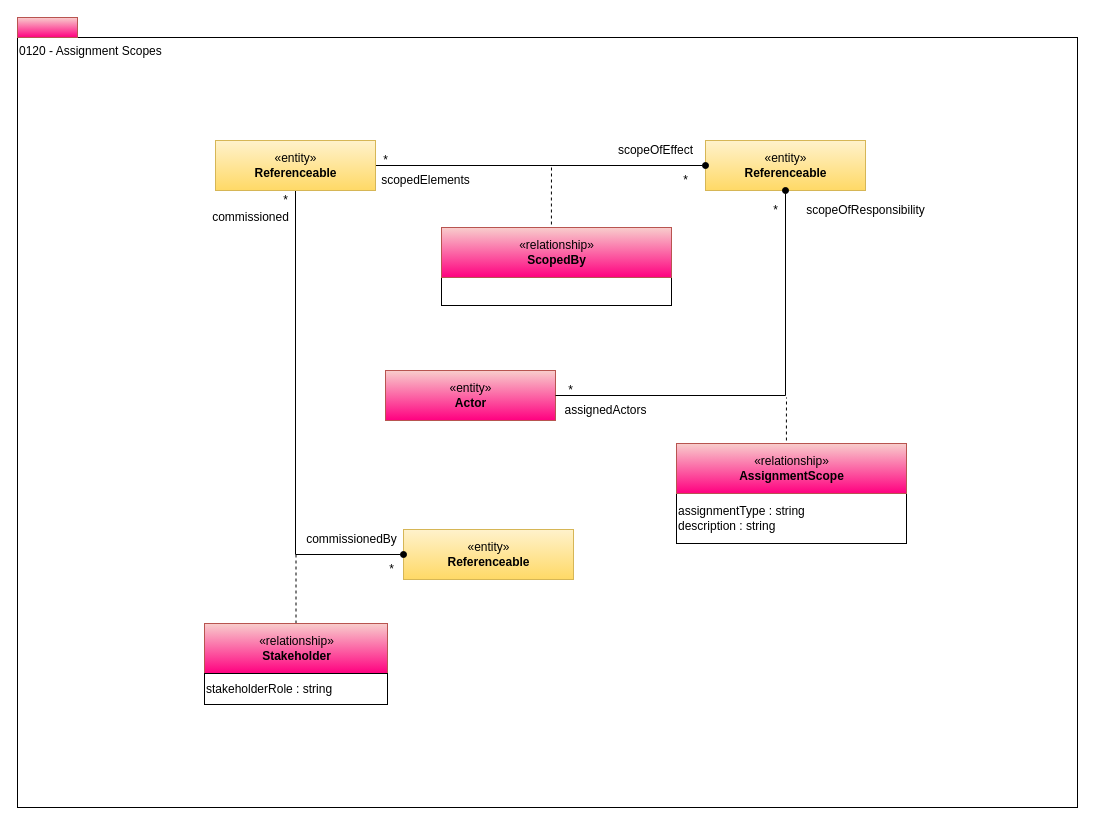
This is page "0120-Assignment-Scopes" (9 of 16) of site/docs/types/1/area-1-collaboration.drawio from odpi/egeria-docs, a draw.io file, before an edit. Source tidied: cells renumbered, new cells numbered last; positions are measured from the earlier drawing's top-left corner, leaving out a move shared by most shapes. Both pictures are drawn from the tidied source at 100%, with x=0, y=0 at pixel (17, 17).
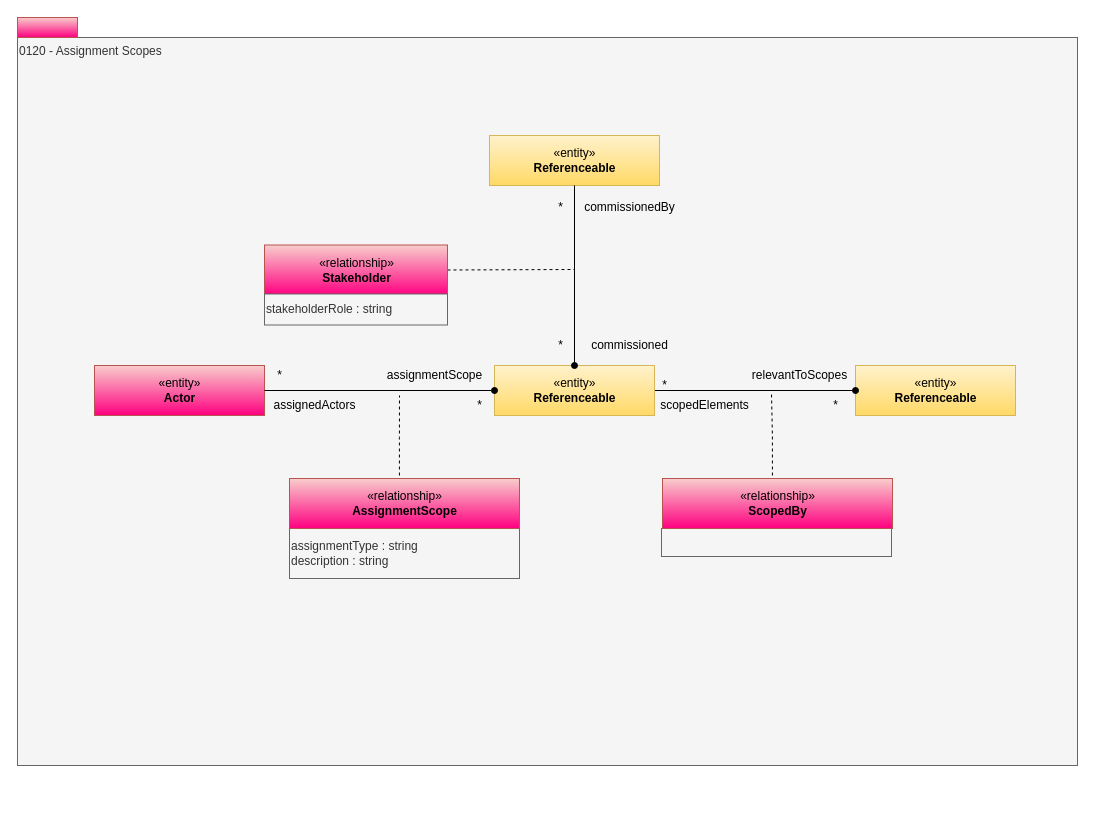
After the change.

Diff of the diagram source:
```diff
@@
-    <mxCell id="2" value="0120 - Assignment Scopes" style="rounded=0;whiteSpace=wrap;html=1;align=left;verticalAlign=top;" parent="1" vertex="1">
-      <mxGeometry y="20" width="1060" height="770" as="geometry" />
+    <mxCell id="2" value="0120 - Assignment Scopes" style="rounded=0;whiteSpace=wrap;html=1;align=left;verticalAlign=top;fillColor=#f5f5f5;fontColor=#333333;strokeColor=#666666;" parent="1" vertex="1">
+      <mxGeometry y="20" width="1060" height="728" as="geometry" />
     </mxCell>
@@
     <mxCell id="4" style="edgeStyle=orthogonalEdgeStyle;rounded=0;html=1;endArrow=none;endFill=0;jettySize=auto;dashed=1;exitX=0.478;exitY=0.06;exitDx=0;exitDy=0;exitPerimeter=0;" parent="1" edge="1" source="10">
       <mxGeometry relative="1" as="geometry">
-        <mxPoint x="769" y="380" as="targetPoint" />
+        <mxPoint x="382" y="378" as="targetPoint" />
       </mxGeometry>
     </mxCell>
-    <mxCell id="5" value="assignmentType : string&lt;br&gt;description : string" style="rounded=0;whiteSpace=wrap;html=1;strokeColor=#000000;gradientColor=#ffffff;align=left;" parent="1" vertex="1">
-      <mxGeometry x="659" y="476" width="230" height="50" as="geometry" />
+    <mxCell id="5" value="assignmentType : string&lt;br&gt;description : string" style="rounded=0;whiteSpace=wrap;html=1;strokeColor=#666666;align=left;fillColor=#f5f5f5;fontColor=#333333;" parent="1" vertex="1">
+      <mxGeometry x="272" y="511" width="230" height="50" as="geometry" />
     </mxCell>
-    <mxCell id="6" value="scopeOfResponsibility" style="text;html=1;align=center;verticalAlign=top;spacingTop=-4;" parent="1" vertex="1">
-      <mxGeometry x="778" y="183" width="140" height="20" as="geometry" />
+    <mxCell id="6" value="assignmentScope" style="text;html=1;align=center;verticalAlign=top;spacingTop=-4;" parent="1" vertex="1">
+      <mxGeometry x="357" y="348" width="120" height="20" as="geometry" />
     </mxCell>
     <mxCell id="7" value="assignedActors" style="text;html=1;align=center;verticalAlign=top;spacingTop=-4;" parent="1" vertex="1">
-      <mxGeometry x="538" y="383" width="100" height="20" as="geometry" />
+      <mxGeometry x="247" y="378" width="100" height="20" as="geometry" />
     </mxCell>
     <mxCell id="8" value="*" style="text;html=1;align=center;verticalAlign=top;spacingTop=-4;" parent="1" vertex="1">
-      <mxGeometry x="748" y="183" width="20" height="20" as="geometry" />
+      <mxGeometry x="452" y="378" width="20" height="20" as="geometry" />
     </mxCell>
     <mxCell id="9" value="*" style="text;html=1;align=center;verticalAlign=top;spacingTop=-4;" parent="1" vertex="1">
-      <mxGeometry x="543" y="363" width="20" height="20" as="geometry" />
+      <mxGeometry x="252" y="348" width="20" height="20" as="geometry" />
     </mxCell>
     <mxCell id="10" value="«relationship»&lt;br&gt;&lt;b&gt;AssignmentScope&lt;/b&gt;" style="html=1;strokeColor=#b85450;align=center;fillColor=#f8cecc;gradientColor=#FF0080;" parent="1" vertex="1">
-      <mxGeometry x="659" y="426" width="230" height="50" as="geometry" />
+      <mxGeometry x="272" y="461" width="230" height="50" as="geometry" />
     </mxCell>
     <mxCell id="11" value="«entity»&lt;br&gt;&lt;b&gt;Referenceable&lt;/b&gt;" style="html=1;strokeColor=#d6b656;align=center;fillColor=#fff2cc;gradientColor=#ffd966;" parent="1" vertex="1">
-      <mxGeometry x="386" y="512" width="170" height="50" as="geometry" />
+      <mxGeometry x="472" y="118" width="170" height="50" as="geometry" />
     </mxCell>
-    <mxCell id="12" style="edgeStyle=orthogonalEdgeStyle;rounded=0;jettySize=auto;html=1;exitX=0.5;exitY=1;exitDx=0;exitDy=0;entryX=0;entryY=0.5;entryDx=0;entryDy=0;startArrow=none;startFill=0;endArrow=oval;endFill=1;" parent="1" edge="1" source="28" target="11">
-      <mxGeometry relative="1" as="geometry" />
-    </mxCell>
-    <mxCell id="13" style="edgeStyle=orthogonalEdgeStyle;rounded=0;html=1;exitX=0.5;exitY=0;endArrow=none;endFill=0;jettySize=auto;dashed=1;exitDx=0;exitDy=0;" parent="1" edge="1" source="14">
+    <mxCell id="13" style="edgeStyle=orthogonalEdgeStyle;rounded=0;html=1;exitX=1;exitY=0.5;endArrow=none;endFill=0;jettySize=auto;dashed=1;exitDx=0;exitDy=0;" parent="1" edge="1" source="14">
       <mxGeometry relative="1" as="geometry">
-        <mxPoint x="278.5" y="537.5" as="targetPoint" />
+        <mxPoint x="557" y="252" as="targetPoint" />
       </mxGeometry>
     </mxCell>
     <mxCell id="14" value="«relationship»&lt;br&gt;&lt;b&gt;Stakeholder&lt;/b&gt;" style="html=1;strokeColor=#b85450;align=center;fillColor=#f8cecc;gradientColor=#FF0080;" parent="1" vertex="1">
-      <mxGeometry x="187" y="606" width="183" height="50" as="geometry" />
+      <mxGeometry x="247" y="227.5" width="183" height="50" as="geometry" />
     </mxCell>
-    <mxCell id="15" value="stakeholderRole : string" style="rounded=0;whiteSpace=wrap;html=1;strokeColor=#000000;gradientColor=#ffffff;align=left;" parent="1" vertex="1">
-      <mxGeometry x="187" y="656" width="183" height="31" as="geometry" />
+    <mxCell id="15" value="stakeholderRole : string" style="rounded=0;whiteSpace=wrap;html=1;strokeColor=#666666;align=left;fillColor=#f5f5f5;fontColor=#333333;" parent="1" vertex="1">
+      <mxGeometry x="247" y="276.5" width="183" height="31" as="geometry" />
     </mxCell>
     <mxCell id="16" value="commissioned" style="text;html=1;align=center;verticalAlign=middle;strokeColor=none;fillColor=none;" parent="1" vertex="1">
-      <mxGeometry x="188" y="190" width="90" height="20" as="geometry" />
+      <mxGeometry x="567" y="318" width="90" height="20" as="geometry" />
     </mxCell>
     <mxCell id="17" value="commissionedBy" style="text;html=1;align=center;verticalAlign=middle;strokeColor=none;fillColor=none;" parent="1" vertex="1">
-      <mxGeometry x="279" y="512" width="110" height="20" as="geometry" />
+      <mxGeometry x="557" y="180" width="110" height="20" as="geometry" />
     </mxCell>
     <mxCell id="18" value="*" style="text;html=1;align=center;verticalAlign=middle;strokeColor=none;fillColor=none;" parent="1" vertex="1">
-      <mxGeometry x="258" y="173" width="20" height="20" as="geometry" />
+      <mxGeometry x="533" y="318" width="20" height="20" as="geometry" />
     </mxCell>
     <mxCell id="19" value="*" style="text;html=1;align=center;verticalAlign=middle;strokeColor=none;fillColor=none;" parent="1" vertex="1">
-      <mxGeometry x="364" y="542" width="20" height="20" as="geometry" />
+      <mxGeometry x="533" y="180" width="20" height="20" as="geometry" />
     </mxCell>
     <mxCell id="20" value="«entity»&lt;br&gt;&lt;b&gt;Referenceable&lt;/b&gt;" style="html=1;strokeColor=#d6b656;align=center;fillColor=#fff2cc;gradientColor=#ffd966;" parent="1" vertex="1">
-      <mxGeometry x="688" y="123" width="160" height="50" as="geometry" />
+      <mxGeometry x="838" y="348" width="160" height="50" as="geometry" />
     </mxCell>
@@
     <mxCell id="22" style="edgeStyle=orthogonalEdgeStyle;rounded=0;html=1;endArrow=none;endFill=0;jettySize=auto;dashed=1;exitX=0.478;exitY=0.06;exitDx=0;exitDy=0;exitPerimeter=0;" parent="1" edge="1" source="29">
       <mxGeometry relative="1" as="geometry">
-        <mxPoint x="534" y="150" as="targetPoint" />
+        <mxPoint x="754" y="375" as="targetPoint" />
       </mxGeometry>
     </mxCell>
-    <mxCell id="23" style="rounded=0;whiteSpace=wrap;html=1;strokeColor=#000000;gradientColor=#ffffff;align=left;" parent="1" vertex="1">
-      <mxGeometry x="424" y="260" width="230" height="28" as="geometry" />
+    <mxCell id="23" style="rounded=0;whiteSpace=wrap;html=1;strokeColor=#666666;align=left;fillColor=#f5f5f5;fontColor=#333333;" parent="1" vertex="1">
+      <mxGeometry x="644" y="511" width="230" height="28" as="geometry" />
     </mxCell>
-    <mxCell id="24" value="scopeOfEffect" style="text;html=1;align=center;verticalAlign=top;spacingTop=-4;" parent="1" vertex="1">
-      <mxGeometry x="588" y="123" width="100" height="20" as="geometry" />
+    <mxCell id="24" value="relevantToScopes" style="text;html=1;align=center;verticalAlign=top;spacingTop=-4;" parent="1" vertex="1">
+      <mxGeometry x="722" y="348" width="120" height="20" as="geometry" />
     </mxCell>
     <mxCell id="25" value="scopedElements" style="text;html=1;align=center;verticalAlign=top;spacingTop=-4;" parent="1" vertex="1">
-      <mxGeometry x="353" y="153" width="110" height="20" as="geometry" />
+      <mxGeometry x="632" y="378" width="110" height="20" as="geometry" />
     </mxCell>
     <mxCell id="26" value="*" style="text;html=1;align=center;verticalAlign=top;spacingTop=-4;" parent="1" vertex="1">
-      <mxGeometry x="658" y="153" width="20" height="20" as="geometry" />
+      <mxGeometry x="808" y="378" width="20" height="20" as="geometry" />
     </mxCell>
     <mxCell id="27" value="*" style="text;html=1;align=center;verticalAlign=top;spacingTop=-4;" parent="1" vertex="1">
-      <mxGeometry x="358" y="133" width="20" height="20" as="geometry" />
+      <mxGeometry x="637" y="358" width="20" height="20" as="geometry" />
     </mxCell>
     <mxCell id="28" value="«entity»&lt;br&gt;&lt;b&gt;Referenceable&lt;/b&gt;" style="html=1;strokeColor=#d6b656;align=center;fillColor=#fff2cc;gradientColor=#ffd966;" parent="1" vertex="1">
-      <mxGeometry x="198" y="123" width="160" height="50" as="geometry" />
+      <mxGeometry x="477" y="348" width="160" height="50" as="geometry" />
     </mxCell>
     <mxCell id="29" value="«relationship»&lt;br&gt;&lt;b&gt;ScopedBy&lt;/b&gt;" style="html=1;strokeColor=#b85450;align=center;fillColor=#f8cecc;gradientColor=#FF0080;" parent="1" vertex="1">
-      <mxGeometry x="424" y="210" width="230" height="50" as="geometry" />
+      <mxGeometry x="645" y="461" width="230" height="50" as="geometry" />
     </mxCell>
     <mxCell id="30" value="«entity»&lt;br&gt;&lt;b&gt;Actor&lt;/b&gt;" style="html=1;strokeColor=#b85450;align=center;fillColor=#f8cecc;gradientColor=#FF0080;" parent="1" vertex="1">
-      <mxGeometry x="368" y="353" width="170" height="50" as="geometry" />
+      <mxGeometry x="77" y="348" width="170" height="50" as="geometry" />
     </mxCell>
-    <mxCell id="31" style="edgeStyle=orthogonalEdgeStyle;rounded=0;html=1;exitX=1;exitY=0.5;jettySize=auto;endArrow=oval;endFill=1;exitDx=0;exitDy=0;" parent="1" edge="1" source="30" target="20">
+    <mxCell id="31" style="edgeStyle=orthogonalEdgeStyle;rounded=0;html=1;exitX=1;exitY=0.5;jettySize=auto;endArrow=oval;endFill=1;exitDx=0;exitDy=0;entryX=0;entryY=0.5;entryDx=0;entryDy=0;" parent="1" edge="1" source="30" target="28">
       <mxGeometry relative="1" as="geometry" />
     </mxCell>
+    <mxCell id="12" style="edgeStyle=orthogonalEdgeStyle;rounded=0;jettySize=auto;html=1;entryX=0.5;entryY=0;entryDx=0;entryDy=0;startArrow=none;startFill=0;endArrow=oval;endFill=1;exitX=0.5;exitY=1;exitDx=0;exitDy=0;" parent="1" edge="1" source="11" target="28">
+      <mxGeometry relative="1" as="geometry" />
+    </mxCell>
```
